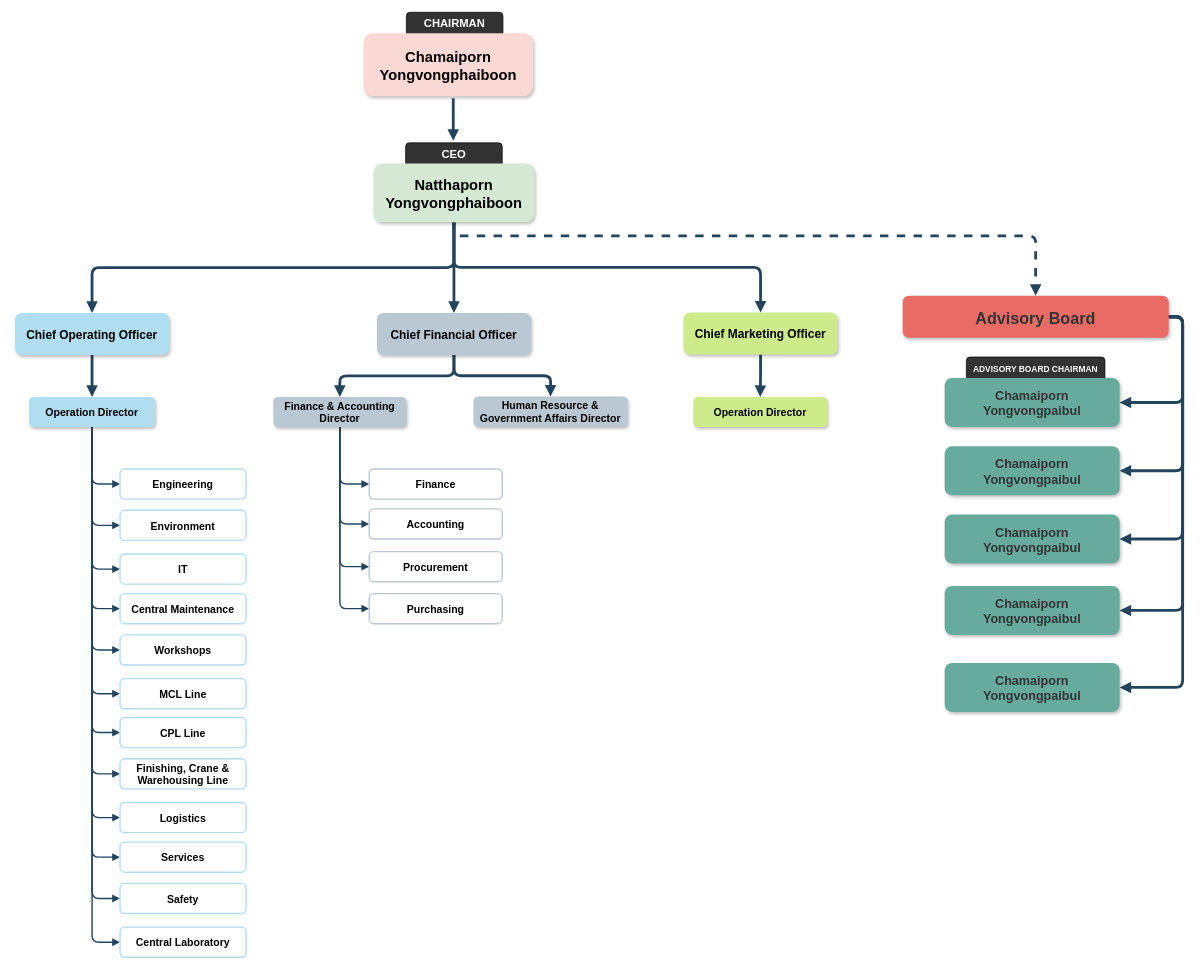
This is Empower ORG.drawio from aboutkrin/aboutkrin.github.io, a draw.io file, before an edit. Source tidied: cells renumbered, new cells numbered last; positions are measured from the earlier drawing's top-left corner, leaving out a move shared by most shapes. Both pictures are drawn from the tidied source at 70%, with x=0, y=0 at pixel (15, 12).
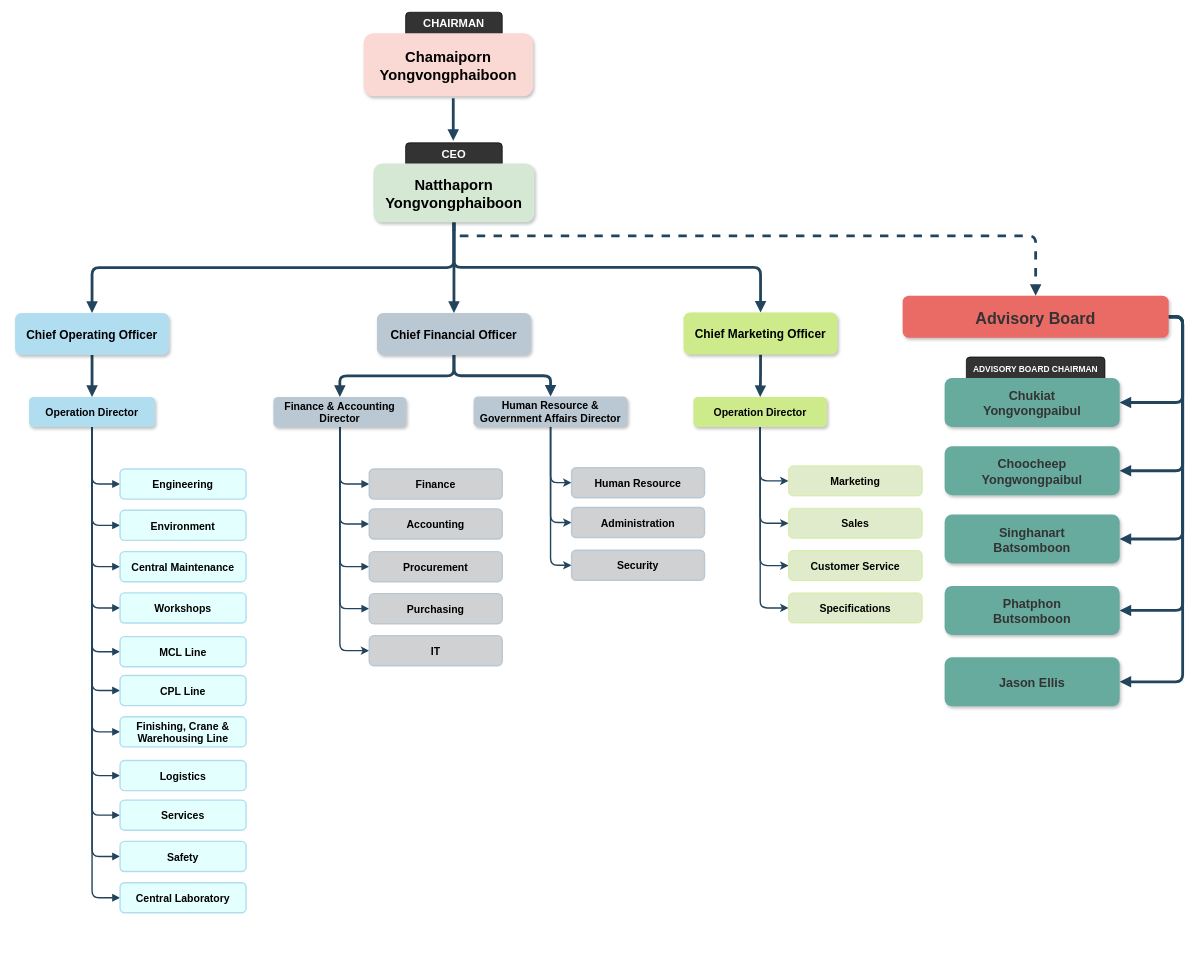
The same page after the edit.

Unchanged cells that the change refers to:
```xml
<mxCell id="40" value="Operation Director" style="rounded=1;fillColor=#b1ddf0;strokeColor=none;shadow=1;fontStyle=1;fontSize=15;" parent="1" vertex="1">
  <mxGeometry x="20" y="549.5" width="180" height="43" as="geometry" />
</mxCell>
<mxCell id="44" value="Human Resource &amp;&#10;Government Affairs Director" style="rounded=1;fillColor=#BAC8D3;strokeColor=none;shadow=1;fontStyle=1;fontSize=15;" parent="1" vertex="1">
  <mxGeometry x="655" y="549" width="220" height="43" as="geometry" />
</mxCell>
<mxCell id="45" value="Operation Director" style="rounded=1;fillColor=#cdeb8b;strokeColor=none;shadow=1;fontStyle=1;fontSize=15;" parent="1" vertex="1">
  <mxGeometry x="969" y="549.5" width="191" height="43" as="geometry" />
</mxCell>
<mxCell id="61" value="Finance &amp; Accounting&#10;Director" style="rounded=1;fillColor=#BAC8D3;strokeColor=none;shadow=1;fontStyle=1;fontSize=15;" parent="1" vertex="1">
  <mxGeometry x="369" y="549.5" width="190" height="43" as="geometry" />
</mxCell>
```

Change to the diagram source:
```diff
@@
     <mxCell id="3" value="&lt;font color=&quot;#FFFFFF&quot;&gt;CHAIRMAN&lt;/font&gt;" style="rounded=1;whiteSpace=wrap;html=1;fillColor=#333333;fontSize=16;verticalAlign=top;fontStyle=1;" parent="1" vertex="1">
-      <mxGeometry x="559" width="138" height="35" as="geometry" />
+      <mxGeometry x="558" width="138" height="35" as="geometry" />
     </mxCell>
@@
-    <mxCell id="21" value="&#10;Chamaiporn &#10;Yongvongpaibul&#10;" style="rounded=1;fillColor=#67AB9F;strokeColor=none;shadow=1;fontStyle=1;fontColor=#333333;fontSize=18;verticalAlign=middle;fontFamily=Helvetica;labelBackgroundColor=none;" parent="1" vertex="1">
+    <mxCell id="21" value="&#10;Chukiat&#10;Yongvongpaibul&#10;" style="rounded=1;fillColor=#67AB9F;strokeColor=none;shadow=1;fontStyle=1;fontColor=#333333;fontSize=18;verticalAlign=middle;fontFamily=Helvetica;labelBackgroundColor=none;" parent="1" vertex="1">
       <mxGeometry x="1328" y="522.5" width="250" height="70" as="geometry" />
     </mxCell>
-    <mxCell id="22" value="&#10;Chamaiporn &#10;Yongvongpaibul&#10;" style="rounded=1;fillColor=#67AB9F;strokeColor=none;shadow=1;fontStyle=1;fontColor=#333333;fontSize=18;verticalAlign=middle;fontFamily=Helvetica;labelBackgroundColor=none;" parent="1" vertex="1">
+    <mxCell id="22" value="Choocheep &#10;Yongwongpaibul" style="rounded=1;fillColor=#67AB9F;strokeColor=none;shadow=1;fontStyle=1;fontColor=#333333;fontSize=18;verticalAlign=middle;fontFamily=Helvetica;labelBackgroundColor=none;" parent="1" vertex="1">
       <mxGeometry x="1328" y="620" width="250" height="70" as="geometry" />
     </mxCell>
-    <mxCell id="23" value="&#10;Chamaiporn &#10;Yongvongpaibul&#10;" style="rounded=1;fillColor=#67AB9F;strokeColor=none;shadow=1;fontStyle=1;fontColor=#333333;fontSize=18;verticalAlign=middle;fontFamily=Helvetica;labelBackgroundColor=none;" parent="1" vertex="1">
+    <mxCell id="23" value="Singhanart &#10;Batsomboon" style="rounded=1;fillColor=#67AB9F;strokeColor=none;shadow=1;fontStyle=1;fontColor=#333333;fontSize=18;verticalAlign=middle;fontFamily=Helvetica;labelBackgroundColor=none;" parent="1" vertex="1">
       <mxGeometry x="1328" y="717.5" width="250" height="70" as="geometry" />
     </mxCell>
-    <mxCell id="24" value="&#10;Chamaiporn &#10;Yongvongpaibul&#10;" style="rounded=1;fillColor=#67AB9F;strokeColor=none;shadow=1;fontStyle=1;fontColor=#333333;fontSize=18;verticalAlign=middle;fontFamily=Helvetica;labelBackgroundColor=none;" parent="1" vertex="1">
+    <mxCell id="24" value="Phatphon &#10;Butsomboon" style="rounded=1;fillColor=#67AB9F;strokeColor=none;shadow=1;fontStyle=1;fontColor=#333333;fontSize=18;verticalAlign=middle;fontFamily=Helvetica;labelBackgroundColor=none;" parent="1" vertex="1">
       <mxGeometry x="1328" y="819.5" width="250" height="70" as="geometry" />
     </mxCell>
-    <mxCell id="25" value="&#10;Chamaiporn &#10;Yongvongpaibul&#10;" style="rounded=1;fillColor=#67AB9F;strokeColor=none;shadow=1;fontStyle=1;fontColor=#333333;fontSize=18;verticalAlign=middle;fontFamily=Helvetica;labelBackgroundColor=none;" parent="1" vertex="1">
-      <mxGeometry x="1328" y="929.5" width="250" height="70" as="geometry" />
+    <mxCell id="25" value="Jason Ellis" style="rounded=1;fillColor=#67AB9F;strokeColor=none;shadow=1;fontStyle=1;fontColor=#333333;fontSize=18;verticalAlign=middle;fontFamily=Helvetica;labelBackgroundColor=none;" parent="1" vertex="1">
+      <mxGeometry x="1328" y="921.5" width="250" height="70" as="geometry" />
     </mxCell>
@@
-    <mxCell id="30" style="edgeStyle=orthogonalEdgeStyle;rounded=1;jettySize=auto;html=1;exitX=0.5;exitY=1;exitDx=0;exitDy=0;entryX=0;entryY=0.5;entryDx=0;entryDy=0;endArrow=block;endFill=1;strokeColor=#23445D;strokeWidth=2;fontFamily=Helvetica;fontSize=15;fontColor=#333333;" parent="1" edge="1" source="40" target="47">
-      <mxGeometry relative="1" as="geometry" />
-    </mxCell>
@@
-    <mxCell id="41" value="Environment" style="rounded=1;fillColor=none;strokeColor=#B1DDF0;shadow=0;fontStyle=1;fontSize=15;strokeWidth=2;" parent="1" vertex="1">
+    <mxCell id="41" value="Environment" style="rounded=1;fillColor=#E3FFFE;strokeColor=#B1DDF0;shadow=0;fontStyle=1;fontSize=15;strokeWidth=2;" parent="1" vertex="1">
       <mxGeometry x="150" y="711.5" width="180" height="43" as="geometry" />
     </mxCell>
@@
+    <mxCell id="66" style="edgeStyle=orthogonalEdgeStyle;rounded=1;jettySize=auto;html=1;exitX=0.5;exitY=1;exitDx=0;exitDy=0;entryX=0;entryY=0.5;entryDx=0;entryDy=0;strokeWidth=2;strokeColor=#23445D;" parent="1" edge="1" source="44" target="75">
+      <mxGeometry relative="1" as="geometry" />
+    </mxCell>
+    <mxCell id="67" style="edgeStyle=orthogonalEdgeStyle;rounded=1;jettySize=auto;html=1;exitX=0.5;exitY=1;exitDx=0;exitDy=0;entryX=0;entryY=0.5;entryDx=0;entryDy=0;strokeColor=#23445D;strokeWidth=2;" parent="1" edge="1" source="44" target="76">
+      <mxGeometry relative="1" as="geometry" />
+    </mxCell>
+    <mxCell id="68" style="edgeStyle=orthogonalEdgeStyle;rounded=1;jettySize=auto;html=1;exitX=0.5;exitY=1;exitDx=0;exitDy=0;entryX=0;entryY=0.5;entryDx=0;entryDy=0;strokeColor=#23445D;strokeWidth=2;" parent="1" edge="1" source="44" target="77">
+      <mxGeometry relative="1" as="geometry" />
+    </mxCell>
@@
+    <mxCell id="69" style="edgeStyle=orthogonalEdgeStyle;rounded=1;jettySize=auto;html=1;exitX=0.5;exitY=1;exitDx=0;exitDy=0;entryX=0;entryY=0.5;entryDx=0;entryDy=0;strokeColor=#23445D;strokeWidth=2;" parent="1" edge="1" source="45" target="73">
+      <mxGeometry relative="1" as="geometry" />
+    </mxCell>
+    <mxCell id="70" style="edgeStyle=orthogonalEdgeStyle;rounded=1;jettySize=auto;html=1;exitX=0.5;exitY=1;exitDx=0;exitDy=0;entryX=0;entryY=0.5;entryDx=0;entryDy=0;strokeColor=#23445D;strokeWidth=2;" parent="1" edge="1" source="45" target="78">
+      <mxGeometry relative="1" as="geometry" />
+    </mxCell>
+    <mxCell id="71" style="edgeStyle=orthogonalEdgeStyle;rounded=1;jettySize=auto;html=1;exitX=0.5;exitY=1;exitDx=0;exitDy=0;entryX=0;entryY=0.5;entryDx=0;entryDy=0;strokeColor=#23445D;strokeWidth=2;" parent="1" edge="1" source="45" target="79">
+      <mxGeometry relative="1" as="geometry" />
+    </mxCell>
+    <mxCell id="72" style="edgeStyle=orthogonalEdgeStyle;rounded=1;jettySize=auto;html=1;exitX=0.5;exitY=1;exitDx=0;exitDy=0;entryX=0;entryY=0.5;entryDx=0;entryDy=0;strokeColor=#23445D;strokeWidth=2;" parent="1" edge="1" source="45" target="80">
+      <mxGeometry relative="1" as="geometry" />
+    </mxCell>
@@
+    <mxCell id="73" value="Marketing" style="rounded=1;fillColor=#DFEBCA;strokeColor=#CDEB8B;shadow=0;fontStyle=1;fontSize=15;" parent="1" vertex="1">
+      <mxGeometry x="1105" y="648" width="191" height="43" as="geometry" />
+    </mxCell>
-    <mxCell id="46" value="Engineering" style="rounded=1;fillColor=#ffffff;strokeColor=#B1DDF0;shadow=0;fontStyle=1;fontSize=15;strokeWidth=2;" parent="1" vertex="1">
+    <mxCell id="46" value="Engineering" style="rounded=1;fillColor=#E3FFFE;strokeColor=#B1DDF0;shadow=0;fontStyle=1;fontSize=15;strokeWidth=2;" parent="1" vertex="1">
       <mxGeometry x="150" y="652.5" width="180" height="43" as="geometry" />
     </mxCell>
-    <mxCell id="47" value="IT" style="rounded=1;fillColor=none;strokeColor=#B1DDF0;shadow=0;fontStyle=1;fontSize=15;strokeWidth=2;" parent="1" vertex="1">
-      <mxGeometry x="150" y="774" width="180" height="43" as="geometry" />
-    </mxCell>
-    <mxCell id="48" value="Workshops" style="rounded=1;fillColor=none;strokeColor=#B1DDF0;shadow=0;fontStyle=1;fontSize=15;strokeWidth=2;" parent="1" vertex="1">
-      <mxGeometry x="150" y="889.5" width="180" height="43" as="geometry" />
+    <mxCell id="48" value="Workshops" style="rounded=1;fillColor=#E3FFFE;strokeColor=#B1DDF0;shadow=0;fontStyle=1;fontSize=15;strokeWidth=2;" parent="1" vertex="1">
+      <mxGeometry x="150" y="829.5" width="180" height="43" as="geometry" />
     </mxCell>
-    <mxCell id="49" value="Central Maintenance" style="rounded=1;fillColor=#ffffff;strokeColor=#B1DDF0;shadow=0;fontStyle=1;fontSize=15;strokeWidth=2;" parent="1" vertex="1">
-      <mxGeometry x="150" y="830.5" width="180" height="43" as="geometry" />
+    <mxCell id="49" value="Central Maintenance" style="rounded=1;fillColor=#E3FFFE;strokeColor=#B1DDF0;shadow=0;fontStyle=1;fontSize=15;strokeWidth=2;" parent="1" vertex="1">
+      <mxGeometry x="150" y="770.5" width="180" height="43" as="geometry" />
     </mxCell>
-    <mxCell id="50" value="MCL Line" style="rounded=1;fillColor=none;strokeColor=#B1DDF0;shadow=0;fontStyle=1;fontSize=15;strokeWidth=2;" parent="1" vertex="1">
-      <mxGeometry x="150" y="952" width="180" height="43" as="geometry" />
+    <mxCell id="50" value="MCL Line" style="rounded=1;fillColor=#E3FFFE;strokeColor=#B1DDF0;shadow=0;fontStyle=1;fontSize=15;strokeWidth=2;" parent="1" vertex="1">
+      <mxGeometry x="150" y="892" width="180" height="43" as="geometry" />
     </mxCell>
-    <mxCell id="51" value="Finishing, Crane &amp;&#10;Warehousing Line" style="rounded=1;fillColor=none;strokeColor=#B1DDF0;shadow=0;fontStyle=1;fontSize=15;strokeWidth=2;" parent="1" vertex="1">
-      <mxGeometry x="150" y="1066.5" width="180" height="43" as="geometry" />
+    <mxCell id="51" value="Finishing, Crane &amp;&#10;Warehousing Line" style="rounded=1;fillColor=#E3FFFE;strokeColor=#B1DDF0;shadow=0;fontStyle=1;fontSize=15;strokeWidth=2;" parent="1" vertex="1">
+      <mxGeometry x="150" y="1006.5" width="180" height="43" as="geometry" />
     </mxCell>
-    <mxCell id="52" value="CPL Line" style="rounded=1;fillColor=#ffffff;strokeColor=#B1DDF0;shadow=0;fontStyle=1;fontSize=15;strokeWidth=2;" parent="1" vertex="1">
-      <mxGeometry x="150" y="1007.5" width="180" height="43" as="geometry" />
+    <mxCell id="52" value="CPL Line" style="rounded=1;fillColor=#E3FFFE;strokeColor=#B1DDF0;shadow=0;fontStyle=1;fontSize=15;strokeWidth=2;" parent="1" vertex="1">
+      <mxGeometry x="150" y="947.5" width="180" height="43" as="geometry" />
     </mxCell>
-    <mxCell id="53" value="Logistics" style="rounded=1;fillColor=none;strokeColor=#B1DDF0;shadow=0;fontStyle=1;fontSize=15;strokeWidth=2;" parent="1" vertex="1">
-      <mxGeometry x="150" y="1129" width="180" height="43" as="geometry" />
+    <mxCell id="53" value="Logistics" style="rounded=1;fillColor=#E3FFFE;strokeColor=#B1DDF0;shadow=0;fontStyle=1;fontSize=15;strokeWidth=2;" parent="1" vertex="1">
+      <mxGeometry x="150" y="1069" width="180" height="43" as="geometry" />
     </mxCell>
-    <mxCell id="54" value="Safety" style="rounded=1;fillColor=none;strokeColor=#B1DDF0;shadow=0;fontStyle=1;fontSize=15;strokeWidth=2;" parent="1" vertex="1">
-      <mxGeometry x="150" y="1244.5" width="180" height="43" as="geometry" />
+    <mxCell id="54" value="Safety" style="rounded=1;fillColor=#E3FFFE;strokeColor=#B1DDF0;shadow=0;fontStyle=1;fontSize=15;strokeWidth=2;" parent="1" vertex="1">
+      <mxGeometry x="150" y="1184.5" width="180" height="43" as="geometry" />
     </mxCell>
-    <mxCell id="55" value="Services" style="rounded=1;fillColor=#ffffff;strokeColor=#B1DDF0;shadow=0;fontStyle=1;fontSize=15;strokeWidth=2;" parent="1" vertex="1">
-      <mxGeometry x="150" y="1185.5" width="180" height="43" as="geometry" />
+    <mxCell id="55" value="Services" style="rounded=1;fillColor=#E3FFFE;strokeColor=#B1DDF0;shadow=0;fontStyle=1;fontSize=15;strokeWidth=2;" parent="1" vertex="1">
+      <mxGeometry x="150" y="1125.5" width="180" height="43" as="geometry" />
     </mxCell>
-    <mxCell id="56" value="Central Laboratory" style="rounded=1;fillColor=none;strokeColor=#B1DDF0;shadow=0;fontStyle=1;fontSize=15;strokeWidth=2;" parent="1" vertex="1">
-      <mxGeometry x="150" y="1307" width="180" height="43" as="geometry" />
+    <mxCell id="56" value="Central Laboratory" style="rounded=1;fillColor=#E3FFFE;strokeColor=#B1DDF0;shadow=0;fontStyle=1;fontSize=15;strokeWidth=2;" parent="1" vertex="1">
+      <mxGeometry x="150" y="1243.5" width="180" height="43" as="geometry" />
     </mxCell>
@@
+    <mxCell id="74" style="edgeStyle=orthogonalEdgeStyle;rounded=1;jettySize=auto;html=1;exitX=0.5;exitY=1;exitDx=0;exitDy=0;entryX=0;entryY=0.5;entryDx=0;entryDy=0;strokeColor=#23445D;strokeWidth=2;" parent="1" edge="1" source="61" target="47">
+      <mxGeometry relative="1" as="geometry" />
+    </mxCell>
@@
-    <mxCell id="62" value="Finance" style="rounded=1;fillColor=none;strokeColor=#BAC8D3;shadow=0;fontStyle=1;fontSize=15;strokeWidth=2;" parent="1" vertex="1">
+    <mxCell id="62" value="Finance" style="rounded=1;fillColor=#CFD1D3;strokeColor=#BAC8D3;shadow=0;fontStyle=1;fontSize=15;strokeWidth=2;" parent="1" vertex="1">
       <mxGeometry x="506" y="652.5" width="190" height="43" as="geometry" />
     </mxCell>
-    <mxCell id="63" value="Accounting" style="rounded=1;fillColor=none;strokeColor=#BAC8D3;shadow=0;fontStyle=1;fontSize=15;strokeWidth=2;" parent="1" vertex="1">
+    <mxCell id="63" value="Accounting" style="rounded=1;fillColor=#CFD1D3;strokeColor=#BAC8D3;shadow=0;fontStyle=1;fontSize=15;strokeWidth=2;" parent="1" vertex="1">
       <mxGeometry x="506" y="709.5" width="190" height="43" as="geometry" />
     </mxCell>
-    <mxCell id="64" value="Procurement" style="rounded=1;fillColor=none;strokeColor=#BAC8D3;shadow=0;fontStyle=1;fontSize=15;strokeWidth=2;" parent="1" vertex="1">
+    <mxCell id="64" value="Procurement" style="rounded=1;fillColor=#CFD1D3;strokeColor=#BAC8D3;shadow=0;fontStyle=1;fontSize=15;strokeWidth=2;" parent="1" vertex="1">
       <mxGeometry x="506" y="770.5" width="190" height="43" as="geometry" />
     </mxCell>
-    <mxCell id="65" value="Purchasing" style="rounded=1;fillColor=none;strokeColor=#BAC8D3;shadow=0;fontStyle=1;fontSize=15;strokeWidth=2;" parent="1" vertex="1">
+    <mxCell id="65" value="Purchasing" style="rounded=1;fillColor=#CFD1D3;strokeColor=#BAC8D3;shadow=0;fontStyle=1;fontSize=15;strokeWidth=2;" parent="1" vertex="1">
       <mxGeometry x="506" y="830.5" width="190" height="43" as="geometry" />
     </mxCell>
+    <mxCell id="75" value="Human Resource" style="rounded=1;fillColor=#CFD1D3;strokeColor=#BAC8D3;shadow=0;fontStyle=1;fontSize=15;strokeWidth=2;" parent="1" vertex="1">
+      <mxGeometry x="795" y="650.5" width="190" height="43" as="geometry" />
+    </mxCell>
+    <mxCell id="76" value="Administration" style="rounded=1;fillColor=#CFD1D3;strokeColor=#BAC8D3;shadow=0;fontStyle=1;fontSize=15;strokeWidth=2;" parent="1" vertex="1">
+      <mxGeometry x="795" y="707.5" width="190" height="43" as="geometry" />
+    </mxCell>
+    <mxCell id="77" value="Security" style="rounded=1;fillColor=#CFD1D3;strokeColor=#BAC8D3;shadow=0;fontStyle=1;fontSize=15;strokeWidth=2;" parent="1" vertex="1">
+      <mxGeometry x="795" y="768.5" width="190" height="43" as="geometry" />
+    </mxCell>
+    <mxCell id="78" value="Sales" style="rounded=1;fillColor=#DFEBCA;strokeColor=#CDEB8B;shadow=0;fontStyle=1;fontSize=15;" parent="1" vertex="1">
+      <mxGeometry x="1105" y="708.5" width="191" height="43" as="geometry" />
+    </mxCell>
+    <mxCell id="79" value="Customer Service" style="rounded=1;fillColor=#DFEBCA;strokeColor=#CDEB8B;shadow=0;fontStyle=1;fontSize=15;" parent="1" vertex="1">
+      <mxGeometry x="1105" y="769" width="191" height="43" as="geometry" />
+    </mxCell>
+    <mxCell id="80" value="Specifications" style="rounded=1;fillColor=#DFEBCA;strokeColor=#CDEB8B;shadow=0;fontStyle=1;fontSize=15;" parent="1" vertex="1">
+      <mxGeometry x="1105" y="829.5" width="191" height="43" as="geometry" />
+    </mxCell>
+    <mxCell id="47" value="IT" style="rounded=1;fillColor=#CFD1D3;strokeColor=#BAC8D3;shadow=0;fontStyle=1;fontSize=15;strokeWidth=2;" parent="1" vertex="1">
+      <mxGeometry x="506" y="890.5" width="190" height="43" as="geometry" />
+    </mxCell>
```
